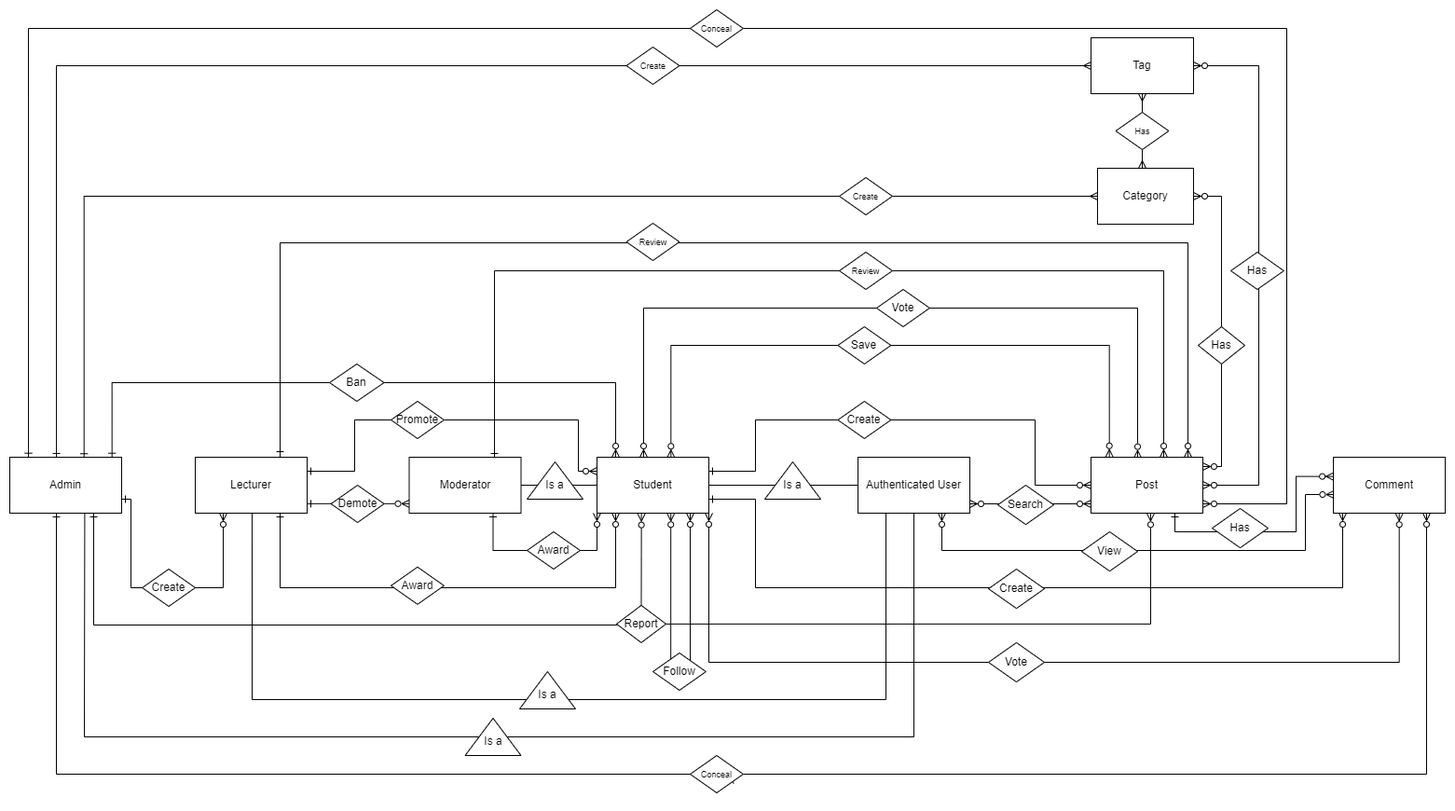
Above: diagram/FBlog-Academy_ERD.png in baomnl123/SWP391_FBlog-Academy (draw.io), before the change. Source tidied: cells renumbered, new cells last; positions are measured from the earlier drawing's top-left corner, leaving out a move shared by most shapes.
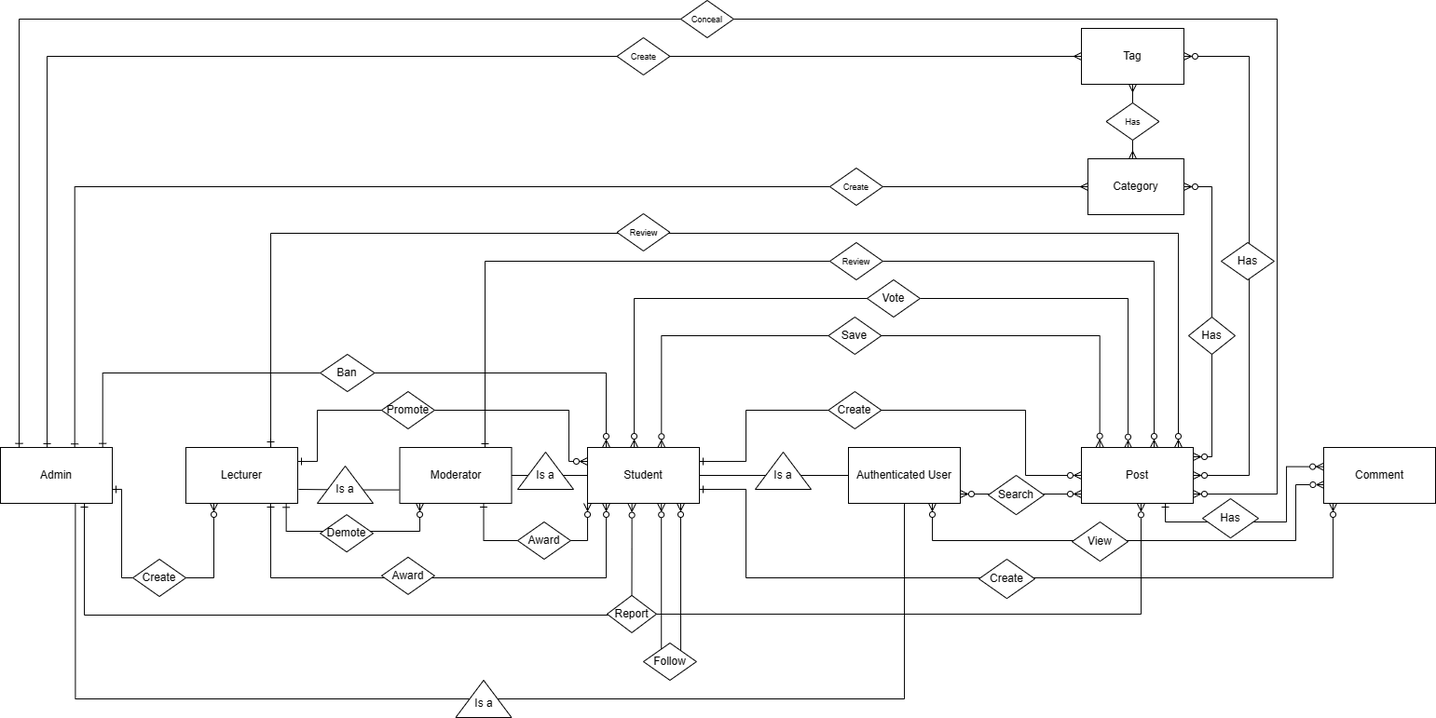
After the commit.

Commit message:
Remove vote comment of all diagram

Diff of the diagram source:
```diff
@@ -42,14 +42,6 @@
         </Array>
       </mxGeometry>
     </mxCell>
-    <mxCell id="7" style="edgeStyle=orthogonalEdgeStyle;rounded=0;jettySize=auto;html=1;entryX=0.589;entryY=1.003;entryDx=0;entryDy=0;endArrow=ERzeroToMany;endFill=0;startArrow=ERzeroToMany;startFill=0;entryPerimeter=0;exitX=1;exitY=1;exitDx=0;exitDy=0;" parent="1" edge="1" source="9" target="16">
-      <mxGeometry relative="1" as="geometry">
-        <Array as="points">
-          <mxPoint x="750" y="700" />
-          <mxPoint x="1491" y="700" />
-        </Array>
-      </mxGeometry>
-    </mxCell>
     <mxCell id="8" style="edgeStyle=orthogonalEdgeStyle;rounded=0;jettySize=auto;html=1;entryX=0.5;entryY=0;entryDx=0;entryDy=0;exitX=0.397;exitY=1.011;exitDx=0;exitDy=0;exitPerimeter=0;startArrow=ERzeroToMany;startFill=0;endArrow=none;endFill=0;" parent="1" edge="1" source="9" target="79">
       <mxGeometry relative="1" as="geometry" />
     </mxCell>
@@ -224,17 +216,20 @@
     <mxCell id="40" style="edgeStyle=orthogonalEdgeStyle;rounded=0;jettySize=auto;html=1;entryX=0;entryY=0.25;entryDx=0;entryDy=0;exitX=1;exitY=0.25;exitDx=0;exitDy=0;endArrow=ERzeroToMany;endFill=0;startArrow=ERone;startFill=0;" parent="1" edge="1" source="45" target="9">
       <mxGeometry relative="1" as="geometry">
         <Array as="points">
-          <mxPoint x="370" y="495" />
-          <mxPoint x="370" y="440" />
+          <mxPoint x="340" y="495" />
+          <mxPoint x="340" y="440" />
           <mxPoint x="610" y="440" />
           <mxPoint x="610" y="495" />
         </Array>
       </mxGeometry>
     </mxCell>
-    <mxCell id="41" style="edgeStyle=orthogonalEdgeStyle;rounded=0;orthogonalLoop=1;jettySize=auto;html=1;entryX=0;entryY=0.75;entryDx=0;entryDy=0;exitX=1;exitY=0.75;exitDx=0;exitDy=0;endArrow=ERzeroToMany;endFill=0;startArrow=ERone;startFill=0;" parent="1" edge="1">
+    <mxCell id="41" style="edgeStyle=orthogonalEdgeStyle;rounded=0;jettySize=auto;html=1;exitX=0.897;exitY=1.005;exitDx=0;exitDy=0;endArrow=ERzeroToMany;endFill=0;startArrow=ERone;startFill=0;exitPerimeter=0;" parent="1" edge="1" source="45">
       <mxGeometry relative="1" as="geometry">
-        <mxPoint x="319" y="529.8" as="sourcePoint" />
-        <mxPoint x="428.5" y="529.8" as="targetPoint" />
+        <mxPoint x="450" y="540" as="targetPoint" />
+        <Array as="points">
+          <mxPoint x="307" y="570" />
+          <mxPoint x="450" y="570" />
+        </Array>
       </mxGeometry>
     </mxCell>
     <mxCell id="42" style="edgeStyle=orthogonalEdgeStyle;rounded=0;orthogonalLoop=1;jettySize=auto;html=1;startArrow=ERone;startFill=0;endArrow=ERzeroToMany;endFill=0;" parent="1" edge="1">
@@ -259,14 +254,6 @@
         </Array>
       </mxGeometry>
     </mxCell>
-    <mxCell id="44" style="edgeStyle=orthogonalEdgeStyle;rounded=0;jettySize=auto;html=1;entryX=0.25;entryY=1;entryDx=0;entryDy=0;endArrow=none;endFill=0;exitX=0.508;exitY=0.999;exitDx=0;exitDy=0;exitPerimeter=0;" parent="1" edge="1" source="45" target="27">
-      <mxGeometry relative="1" as="geometry">
-        <Array as="points">
-          <mxPoint x="260" y="740" />
-          <mxPoint x="940" y="740" />
-        </Array>
-      </mxGeometry>
-    </mxCell>
     <mxCell id="45" value="Lecturer" style="rounded=0;whiteSpace=wrap;html=1;" parent="1" vertex="1">
       <mxGeometry x="199" y="480" width="120" height="60" as="geometry" />
     </mxCell>
@@ -279,16 +266,6 @@
         </Array>
       </mxGeometry>
     </mxCell>
-    <mxCell id="47" style="edgeStyle=orthogonalEdgeStyle;rounded=0;jettySize=auto;html=1;endArrow=ERzeroToMany;endFill=0;startArrow=ERone;startFill=0;exitX=0.5;exitY=1;exitDx=0;exitDy=0;" parent="1" edge="1" source="78">
-      <mxGeometry relative="1" as="geometry">
-        <mxPoint x="1520" y="540" as="targetPoint" />
-        <Array as="points">
-          <mxPoint x="758" y="820" />
-          <mxPoint x="1520" y="820" />
-          <mxPoint x="1520" y="540" />
-        </Array>
-      </mxGeometry>
-    </mxCell>
     <mxCell id="48" style="edgeStyle=orthogonalEdgeStyle;rounded=0;jettySize=auto;html=1;exitX=0.167;exitY=-0.005;exitDx=0;exitDy=0;endArrow=ERzeroToMany;endFill=0;startArrow=ERone;startFill=0;exitPerimeter=0;" parent="1" edge="1" source="51">
       <mxGeometry relative="1" as="geometry">
         <mxPoint x="1280" y="530" as="targetPoint" />
@@ -302,10 +279,8 @@
     <mxCell id="49" style="edgeStyle=orthogonalEdgeStyle;rounded=0;jettySize=auto;html=1;entryX=0.5;entryY=1;entryDx=0;entryDy=0;exitX=0.67;exitY=0.98;exitDx=0;exitDy=0;endArrow=none;endFill=0;exitPerimeter=0;" parent="1" edge="1" source="51" target="27">
       <mxGeometry relative="1" as="geometry">
         <Array as="points">
-          <mxPoint x="80" y="540" />
-          <mxPoint x="80" y="540" />
-          <mxPoint x="80" y="780" />
-          <mxPoint x="970" y="780" />
+          <mxPoint x="80" y="750" />
+          <mxPoint x="970" y="750" />
         </Array>
       </mxGeometry>
     </mxCell>
@@ -333,9 +308,6 @@
     <mxCell id="55" value="Vote" style="rhombus;whiteSpace=wrap;html=1;" parent="1" vertex="1">
       <mxGeometry x="930" y="300" width="56.9" height="40" as="geometry" />
     </mxCell>
-    <mxCell id="56" value="Vote" style="rhombus;whiteSpace=wrap;html=1;" parent="1" vertex="1">
-      <mxGeometry x="1050" y="678.9" width="60" height="42.2" as="geometry" />
-    </mxCell>
     <mxCell id="57" value="Ban" style="rhombus;whiteSpace=wrap;html=1;" parent="1" vertex="1">
       <mxGeometry x="343.1" y="380" width="58.5" height="40" as="geometry" />
     </mxCell>
@@ -346,7 +318,7 @@
       <mxGeometry x="555" y="560" width="56.9" height="40" as="geometry" />
     </mxCell>
     <mxCell id="60" value="Demote" style="rhombus;whiteSpace=wrap;html=1;" parent="1" vertex="1">
-      <mxGeometry x="344.7" y="510" width="56.9" height="40" as="geometry" />
+      <mxGeometry x="343.1" y="552.2" width="56.9" height="40" as="geometry" />
     </mxCell>
     <mxCell id="61" value="Award" style="rhombus;whiteSpace=wrap;html=1;" parent="1" vertex="1">
       <mxGeometry x="409" y="597.8" width="56.9" height="40" as="geometry" />
@@ -378,17 +350,8 @@
     <mxCell id="70" value="Create" style="rhombus;whiteSpace=wrap;html=1;" parent="1" vertex="1">
       <mxGeometry x="142.1" y="600" width="56.9" height="40" as="geometry" />
     </mxCell>
-    <mxCell id="71" style="group;" parent="1" vertex="1">
-      <mxGeometry x="547" y="710" width="60" height="40" as="geometry" />
-    </mxCell>
-    <mxCell id="72" style="verticalLabelPosition=bottom;verticalAlign=top;html=1;shape=mxgraph.basic.acute_triangle;dx=0.5;startArrow=ERone;startFill=0;" parent="71" vertex="1">
-      <mxGeometry width="60" height="40" as="geometry" />
-    </mxCell>
-    <mxCell id="73" value="Is a" style="text;html=1;strokeColor=none;fillColor=none;align=center;verticalAlign=middle;whiteSpace=wrap;rounded=0;" parent="71" vertex="1">
-      <mxGeometry y="10" width="60" height="30" as="geometry" />
-    </mxCell>
     <mxCell id="74" style="group;" parent="1" vertex="1">
-      <mxGeometry x="488.5" y="760" width="60" height="40" as="geometry" />
+      <mxGeometry x="488.5" y="730" width="60" height="40" as="geometry" />
     </mxCell>
     <mxCell id="75" style="verticalLabelPosition=bottom;verticalAlign=top;html=1;shape=mxgraph.basic.acute_triangle;dx=0.5;startArrow=ERone;startFill=0;" parent="74" vertex="1">
       <mxGeometry width="60" height="40" as="geometry" />
@@ -396,19 +359,6 @@
     <mxCell id="76" value="Is a" style="text;html=1;strokeColor=none;fillColor=none;align=center;verticalAlign=middle;whiteSpace=wrap;rounded=0;" parent="74" vertex="1">
       <mxGeometry y="10" width="60" height="30" as="geometry" />
     </mxCell>
-    <mxCell id="77" style="edgeStyle=orthogonalEdgeStyle;rounded=0;jettySize=auto;html=1;entryX=1;entryY=1;entryDx=0;entryDy=0;endArrow=ERzeroToMany;endFill=0;startArrow=ERone;startFill=0;" parent="1" edge="1" target="78">
-      <mxGeometry relative="1" as="geometry">
-        <mxPoint x="50" y="540" as="sourcePoint" />
-        <Array as="points">
-          <mxPoint x="50" y="540" />
-          <mxPoint x="50" y="820" />
-          <mxPoint x="773" y="820" />
-        </Array>
-      </mxGeometry>
-    </mxCell>
-    <mxCell id="78" value="&lt;font style=&quot;font-size: 9px;&quot;&gt;Conceal&lt;/font&gt;" style="rhombus;whiteSpace=wrap;html=1;" parent="1" vertex="1">
-      <mxGeometry x="730" y="800" width="56.9" height="40" as="geometry" />
-    </mxCell>
     <mxCell id="79" value="Report" style="rhombus;whiteSpace=wrap;html=1;" parent="1" vertex="1">
       <mxGeometry x="651" y="638.9" width="53" height="40" as="geometry" />
     </mxCell>
@@ -427,5 +377,20 @@
     <mxCell id="82" style="edgeStyle=orthogonalEdgeStyle;rounded=0;jettySize=auto;html=1;entryX=0.533;entryY=1.005;entryDx=0;entryDy=0;entryPerimeter=0;endArrow=ERzeroToMany;endFill=0;" parent="1" edge="1" source="79" target="10">
       <mxGeometry relative="1" as="geometry" />
     </mxCell>
+    <mxCell id="83" style="edgeStyle=orthogonalEdgeStyle;rounded=0;orthogonalLoop=1;jettySize=auto;html=1;startArrow=none;startFill=0;endArrow=none;endFill=0;entryX=-0.006;entryY=0.426;entryDx=0;entryDy=0;entryPerimeter=0;" parent="1" edge="1">
+      <mxGeometry relative="1" as="geometry">
+        <mxPoint x="320" y="525" as="sourcePoint" />
+        <mxPoint x="427.8" y="525.6" as="targetPoint" />
+      </mxGeometry>
+    </mxCell>
+    <mxCell id="84" style="group;" parent="1" vertex="1">
+      <mxGeometry x="340" y="500" width="60" height="40" as="geometry" />
+    </mxCell>
+    <mxCell id="72" style="verticalLabelPosition=bottom;verticalAlign=top;html=1;shape=mxgraph.basic.acute_triangle;dx=0.5;startArrow=ERone;startFill=0;" parent="84" vertex="1">
+      <mxGeometry width="60" height="40" as="geometry" />
+    </mxCell>
+    <mxCell id="73" value="Is a" style="text;html=1;strokeColor=none;fillColor=none;align=center;verticalAlign=middle;whiteSpace=wrap;rounded=0;" parent="84" vertex="1">
+      <mxGeometry y="10" width="60" height="30" as="geometry" />
+    </mxCell>
   </root>
 </mxGraphModel>
```
